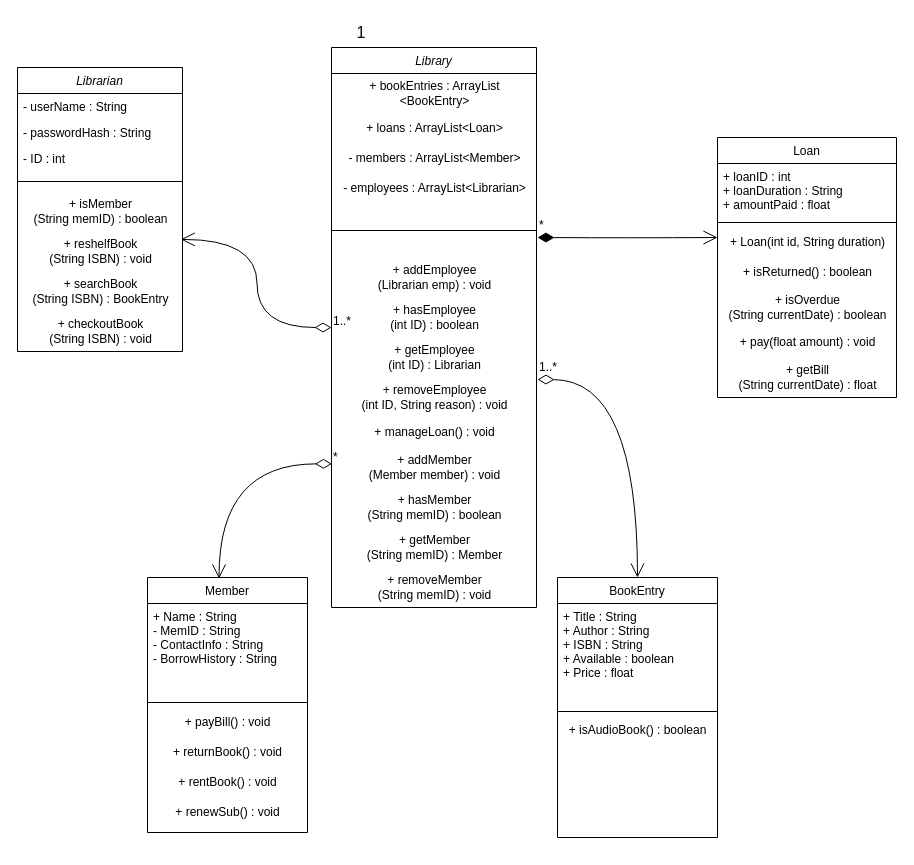
Twpendleton/ClassUMLDiagram keeps this draw.io diagram as Untitled Diagram.drawio. Above is the earlier version. Source tidied: cells renumbered, new cells numbered last; positions are measured from the earlier drawing's top-left corner, leaving out a move shared by most shapes. Both pictures are drawn from the tidied source at 100%, with x=0, y=0 at pixel (17, 17).
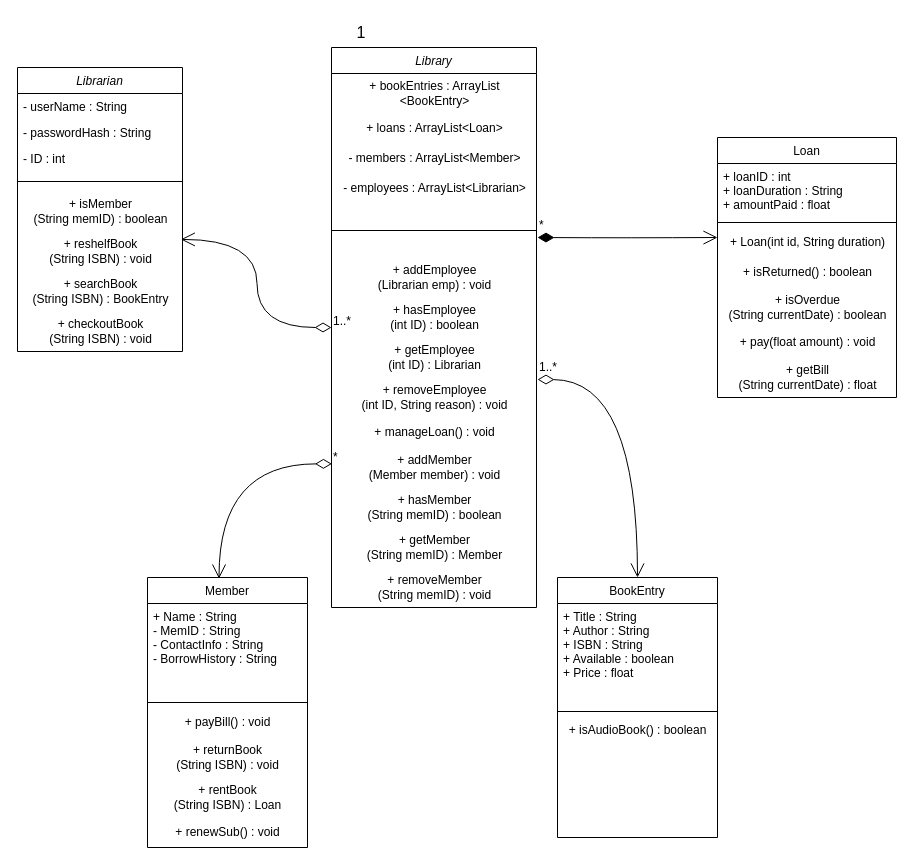
The same diagram, later.

Commit message:
Update Member methods

Diff of the diagram source:
```diff
@@
     <mxCell id="11" value="Member" style="swimlane;fontStyle=0;align=center;verticalAlign=top;horizontal=1;startSize=26;rounded=0;shadow=0;strokeWidth=1;" parent="1" vertex="1">
-      <mxGeometry x="130" y="560" width="160" height="255" as="geometry" />
+      <mxGeometry x="130" y="560" width="160" height="270" as="geometry" />
     </mxCell>
@@
-    <mxCell id="15" value="+ returnBook() : void" style="text;html=1;align=center;verticalAlign=middle;strokeColor=none;fillColor=none;" parent="11" vertex="1">
-      <mxGeometry y="160" width="160" height="30" as="geometry" />
+    <mxCell id="15" value="+ returnBook&lt;div&gt;(String ISBN) : void&lt;/div&gt;" style="text;html=1;align=center;verticalAlign=middle;strokeColor=none;fillColor=none;" parent="11" vertex="1">
+      <mxGeometry y="160" width="160" height="40" as="geometry" />
     </mxCell>
-    <mxCell id="16" value="+ rentBook() : void" style="text;html=1;align=center;verticalAlign=middle;strokeColor=none;fillColor=none;" parent="11" vertex="1">
-      <mxGeometry y="190" width="160" height="30" as="geometry" />
+    <mxCell id="16" value="+ rentBook&lt;div&gt;(String ISBN) : Loan&lt;/div&gt;" style="text;html=1;align=center;verticalAlign=middle;strokeColor=none;fillColor=none;" parent="11" vertex="1">
+      <mxGeometry y="200" width="160" height="40" as="geometry" />
     </mxCell>
     <mxCell id="17" value="+ renewSub() : void" style="text;html=1;align=center;verticalAlign=middle;strokeColor=none;fillColor=none;" parent="11" vertex="1">
-      <mxGeometry y="220" width="160" height="30" as="geometry" />
+      <mxGeometry y="240" width="160" height="30" as="geometry" />
     </mxCell>
```
